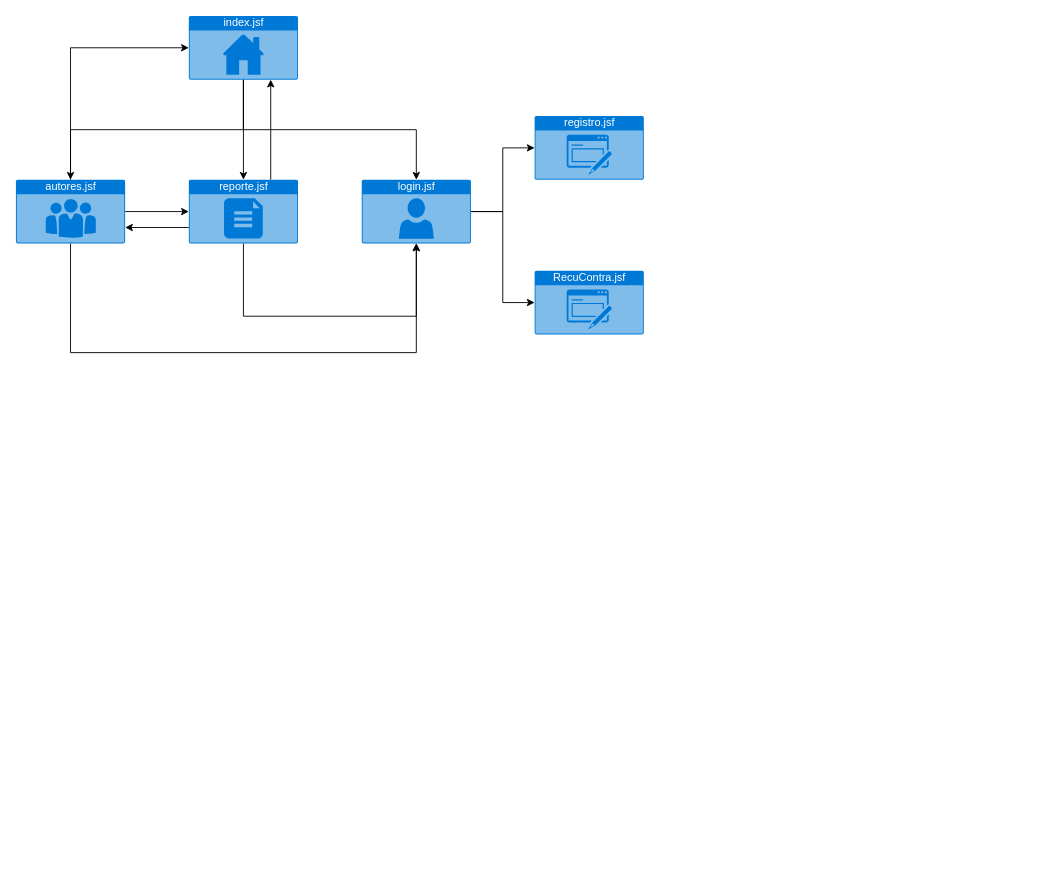
Before: documentacion/mapaNavegacion.drawio in nicasop/PROYECTO_INTEGRADOR_P58, a draw.io diagram. Source tidied: cells renumbered, new cells numbered last; positions are measured from the earlier drawing's top-left corner, leaving out a move shared by most shapes. Both pictures are drawn from the tidied source at 91%, with x=0, y=0 at pixel (15, 15).
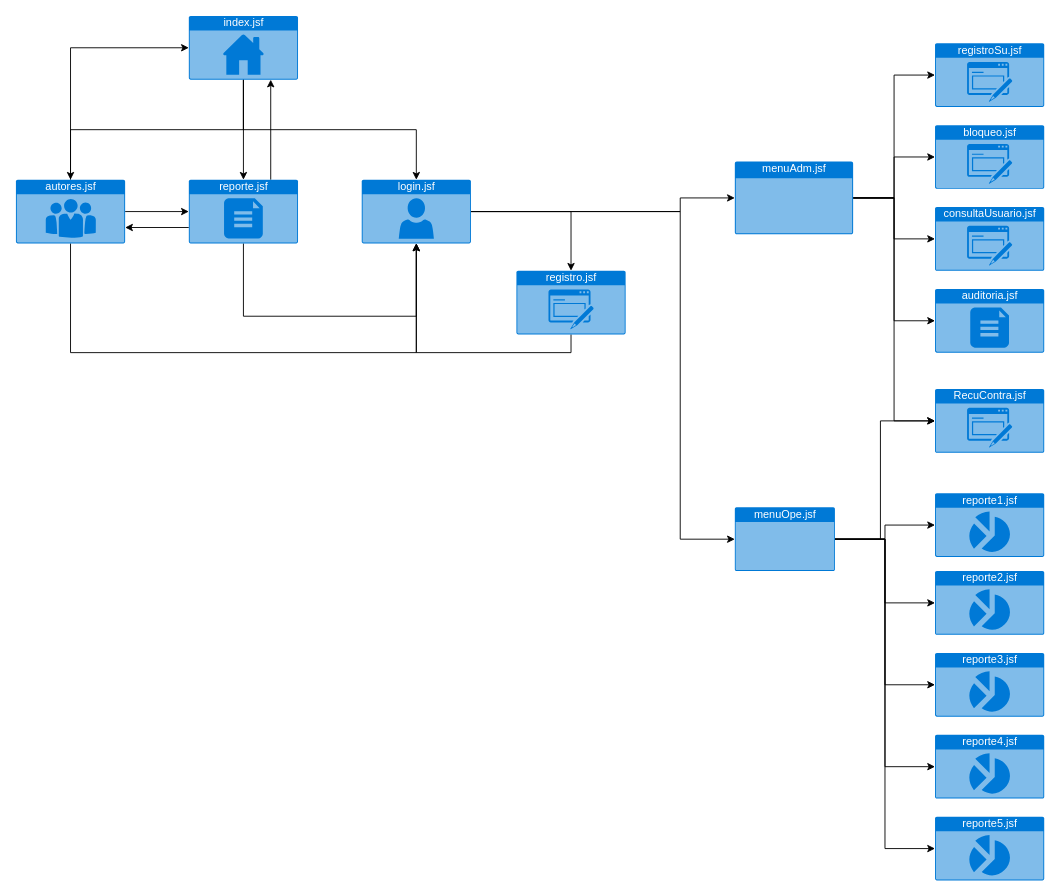
The same page after the edit.

Unchanged cells that the change refers to:
```xml
<mxCell id="8" value="login.jsf&lt;br&gt;" style="html=1;strokeColor=none;fillColor=#0079D6;labelPosition=center;verticalLabelPosition=middle;verticalAlign=top;align=center;fontSize=12;outlineConnect=0;spacingTop=-6;fontColor=#FFFFFF;shape=mxgraph.sitemap.profile;" parent="1" vertex="1">
  <mxGeometry x="380" y="180" width="120" height="70" as="geometry" />
</mxCell>
```

Diff of the diagram source:
```diff
@@
+    <mxCell id="19" style="edgeStyle=orthogonalEdgeStyle;rounded=0;jettySize=auto;html=1;exitX=1;exitY=0.5;exitDx=0;exitDy=0;exitPerimeter=0;" parent="1" edge="1" source="8" target="27">
+      <mxGeometry relative="1" as="geometry">
+        <Array as="points">
+          <mxPoint x="730" y="215" />
+          <mxPoint x="730" y="200" />
+        </Array>
+      </mxGeometry>
+    </mxCell>
+    <mxCell id="20" style="edgeStyle=orthogonalEdgeStyle;rounded=0;jettySize=auto;html=1;exitX=1;exitY=0.5;exitDx=0;exitDy=0;exitPerimeter=0;" parent="1" edge="1" source="8" target="34">
+      <mxGeometry relative="1" as="geometry">
+        <Array as="points">
+          <mxPoint x="730" y="215" />
+          <mxPoint x="730" y="575" />
+        </Array>
+      </mxGeometry>
+    </mxCell>
-    <mxCell id="6" style="edgeStyle=orthogonalEdgeStyle;rounded=0;jettySize=auto;html=1;entryX=0;entryY=0.5;entryDx=0;entryDy=0;entryPerimeter=0;" parent="1" edge="1" source="8" target="17">
+    <mxCell id="6" style="edgeStyle=orthogonalEdgeStyle;rounded=0;jettySize=auto;html=1;exitX=1;exitY=0.5;exitDx=0;exitDy=0;exitPerimeter=0;entryX=0.5;entryY=0;entryDx=0;entryDy=0;entryPerimeter=0;" parent="1" edge="1" source="8" target="17">
       <mxGeometry relative="1" as="geometry" />
     </mxCell>
-    <mxCell id="7" style="edgeStyle=orthogonalEdgeStyle;rounded=0;jettySize=auto;html=1;exitX=1;exitY=0.5;exitDx=0;exitDy=0;exitPerimeter=0;entryX=0;entryY=0.5;entryDx=0;entryDy=0;entryPerimeter=0;" parent="1" edge="1" source="8" target="18">
-      <mxGeometry relative="1" as="geometry" />
-    </mxCell>
@@
+    <mxCell id="21" style="edgeStyle=orthogonalEdgeStyle;rounded=0;jettySize=auto;html=1;exitX=0.5;exitY=1;exitDx=0;exitDy=0;exitPerimeter=0;entryX=0.5;entryY=1;entryDx=0;entryDy=0;entryPerimeter=0;" parent="1" edge="1" source="17" target="8">
+      <mxGeometry relative="1" as="geometry" />
+    </mxCell>
     <mxCell id="17" value="registro.jsf" style="html=1;strokeColor=none;fillColor=#0079D6;labelPosition=center;verticalLabelPosition=middle;verticalAlign=top;align=center;fontSize=12;outlineConnect=0;spacingTop=-6;fontColor=#FFFFFF;shape=mxgraph.sitemap.form;" parent="1" vertex="1">
-      <mxGeometry x="570" y="110" width="120" height="70" as="geometry" />
+      <mxGeometry x="550" y="280" width="120" height="70" as="geometry" />
     </mxCell>
-    <mxCell id="18" value="RecuContra.jsf" style="html=1;strokeColor=none;fillColor=#0079D6;labelPosition=center;verticalLabelPosition=middle;verticalAlign=top;align=center;fontSize=12;outlineConnect=0;spacingTop=-6;fontColor=#FFFFFF;shape=mxgraph.sitemap.form;" parent="1" vertex="1">
-      <mxGeometry x="570" y="280" width="120" height="70" as="geometry" />
+    <mxCell id="18" value="registroSu.jsf" style="html=1;strokeColor=none;fillColor=#0079D6;labelPosition=center;verticalLabelPosition=middle;verticalAlign=top;align=center;fontSize=12;outlineConnect=0;spacingTop=-6;fontColor=#FFFFFF;shape=mxgraph.sitemap.form;" parent="1" vertex="1">
+      <mxGeometry x="1010" y="30" width="120" height="70" as="geometry" />
     </mxCell>
+    <mxCell id="22" style="edgeStyle=orthogonalEdgeStyle;rounded=0;jettySize=auto;html=1;exitX=1;exitY=0.5;exitDx=0;exitDy=0;exitPerimeter=0;entryX=0;entryY=0.5;entryDx=0;entryDy=0;entryPerimeter=0;" parent="1" edge="1" source="27" target="18">
+      <mxGeometry relative="1" as="geometry" />
+    </mxCell>
+    <mxCell id="23" style="edgeStyle=orthogonalEdgeStyle;rounded=0;jettySize=auto;html=1;exitX=1;exitY=0.5;exitDx=0;exitDy=0;exitPerimeter=0;" parent="1" edge="1" source="27" target="36">
+      <mxGeometry relative="1" as="geometry" />
+    </mxCell>
+    <mxCell id="24" style="edgeStyle=orthogonalEdgeStyle;rounded=0;jettySize=auto;html=1;exitX=1;exitY=0.5;exitDx=0;exitDy=0;exitPerimeter=0;" parent="1" edge="1" source="27" target="37">
+      <mxGeometry relative="1" as="geometry" />
+    </mxCell>
+    <mxCell id="25" style="edgeStyle=orthogonalEdgeStyle;rounded=0;jettySize=auto;html=1;exitX=1;exitY=0.5;exitDx=0;exitDy=0;exitPerimeter=0;entryX=0;entryY=0.5;entryDx=0;entryDy=0;entryPerimeter=0;" parent="1" edge="1" source="27" target="38">
+      <mxGeometry relative="1" as="geometry" />
+    </mxCell>
+    <mxCell id="26" style="edgeStyle=orthogonalEdgeStyle;rounded=0;jettySize=auto;html=1;exitX=1;exitY=0.5;exitDx=0;exitDy=0;exitPerimeter=0;entryX=0;entryY=0.5;entryDx=0;entryDy=0;entryPerimeter=0;" parent="1" edge="1" source="27" target="35">
+      <mxGeometry relative="1" as="geometry" />
+    </mxCell>
+    <mxCell id="27" value="menuAdm.jsf" style="html=1;strokeColor=none;fillColor=#0079D6;labelPosition=center;verticalLabelPosition=middle;verticalAlign=top;align=center;fontSize=12;outlineConnect=0;spacingTop=-6;fontColor=#FFFFFF;shape=mxgraph.sitemap.page;" parent="1" vertex="1">
+      <mxGeometry x="790" y="160" width="130" height="80" as="geometry" />
+    </mxCell>
+    <mxCell id="28" style="edgeStyle=orthogonalEdgeStyle;rounded=0;jettySize=auto;html=1;exitX=1;exitY=0.5;exitDx=0;exitDy=0;exitPerimeter=0;entryX=0;entryY=0.5;entryDx=0;entryDy=0;entryPerimeter=0;" parent="1" edge="1" source="34" target="35">
+      <mxGeometry relative="1" as="geometry">
+        <Array as="points">
+          <mxPoint x="950" y="575" />
+          <mxPoint x="950" y="445" />
+        </Array>
+      </mxGeometry>
+    </mxCell>
+    <mxCell id="29" style="edgeStyle=orthogonalEdgeStyle;rounded=0;jettySize=auto;html=1;exitX=1;exitY=0.5;exitDx=0;exitDy=0;exitPerimeter=0;" parent="1" edge="1" source="34" target="39">
+      <mxGeometry relative="1" as="geometry" />
+    </mxCell>
+    <mxCell id="30" style="edgeStyle=orthogonalEdgeStyle;rounded=0;jettySize=auto;html=1;exitX=1;exitY=0.5;exitDx=0;exitDy=0;exitPerimeter=0;entryX=0;entryY=0.5;entryDx=0;entryDy=0;entryPerimeter=0;" parent="1" edge="1" source="34" target="40">
+      <mxGeometry relative="1" as="geometry" />
+    </mxCell>
+    <mxCell id="31" style="edgeStyle=orthogonalEdgeStyle;rounded=0;jettySize=auto;html=1;exitX=1;exitY=0.5;exitDx=0;exitDy=0;exitPerimeter=0;entryX=0;entryY=0.5;entryDx=0;entryDy=0;entryPerimeter=0;" parent="1" edge="1" source="34" target="41">
+      <mxGeometry relative="1" as="geometry" />
+    </mxCell>
+    <mxCell id="32" style="edgeStyle=orthogonalEdgeStyle;rounded=0;jettySize=auto;html=1;exitX=1;exitY=0.5;exitDx=0;exitDy=0;exitPerimeter=0;entryX=0;entryY=0.5;entryDx=0;entryDy=0;entryPerimeter=0;" parent="1" edge="1" source="34" target="42">
+      <mxGeometry relative="1" as="geometry" />
+    </mxCell>
+    <mxCell id="33" style="edgeStyle=orthogonalEdgeStyle;rounded=0;jettySize=auto;html=1;exitX=1;exitY=0.5;exitDx=0;exitDy=0;exitPerimeter=0;entryX=0;entryY=0.5;entryDx=0;entryDy=0;entryPerimeter=0;" parent="1" edge="1" source="34" target="43">
+      <mxGeometry relative="1" as="geometry" />
+    </mxCell>
+    <mxCell id="34" value="menuOpe.jsf" style="html=1;strokeColor=none;fillColor=#0079D6;labelPosition=center;verticalLabelPosition=middle;verticalAlign=top;align=center;fontSize=12;outlineConnect=0;spacingTop=-6;fontColor=#FFFFFF;shape=mxgraph.sitemap.page;" parent="1" vertex="1">
+      <mxGeometry x="790" y="540" width="110" height="70" as="geometry" />
+    </mxCell>
+    <mxCell id="35" value="RecuContra.jsf" style="html=1;strokeColor=none;fillColor=#0079D6;labelPosition=center;verticalLabelPosition=middle;verticalAlign=top;align=center;fontSize=12;outlineConnect=0;spacingTop=-6;fontColor=#FFFFFF;shape=mxgraph.sitemap.form;" parent="1" vertex="1">
+      <mxGeometry x="1010" y="410" width="120" height="70" as="geometry" />
+    </mxCell>
+    <mxCell id="36" value="bloqueo.jsf" style="html=1;strokeColor=none;fillColor=#0079D6;labelPosition=center;verticalLabelPosition=middle;verticalAlign=top;align=center;fontSize=12;outlineConnect=0;spacingTop=-6;fontColor=#FFFFFF;shape=mxgraph.sitemap.form;" parent="1" vertex="1">
+      <mxGeometry x="1010" y="120" width="120" height="70" as="geometry" />
+    </mxCell>
+    <mxCell id="37" value="consultaUsuario.jsf" style="html=1;strokeColor=none;fillColor=#0079D6;labelPosition=center;verticalLabelPosition=middle;verticalAlign=top;align=center;fontSize=12;outlineConnect=0;spacingTop=-6;fontColor=#FFFFFF;shape=mxgraph.sitemap.form;" parent="1" vertex="1">
+      <mxGeometry x="1010" y="210" width="120" height="70" as="geometry" />
+    </mxCell>
+    <mxCell id="38" value="auditoria.jsf" style="html=1;strokeColor=none;fillColor=#0079D6;labelPosition=center;verticalLabelPosition=middle;verticalAlign=top;align=center;fontSize=12;outlineConnect=0;spacingTop=-6;fontColor=#FFFFFF;shape=mxgraph.sitemap.document;" parent="1" vertex="1">
+      <mxGeometry x="1010" y="300" width="120" height="70" as="geometry" />
+    </mxCell>
+    <mxCell id="39" value="reporte1.jsf" style="html=1;strokeColor=none;fillColor=#0079D6;labelPosition=center;verticalLabelPosition=middle;verticalAlign=top;align=center;fontSize=12;outlineConnect=0;spacingTop=-6;fontColor=#FFFFFF;shape=mxgraph.sitemap.chart;" parent="1" vertex="1">
+      <mxGeometry x="1010" y="524.5" width="120" height="70" as="geometry" />
+    </mxCell>
+    <mxCell id="40" value="reporte2.jsf" style="html=1;strokeColor=none;fillColor=#0079D6;labelPosition=center;verticalLabelPosition=middle;verticalAlign=top;align=center;fontSize=12;outlineConnect=0;spacingTop=-6;fontColor=#FFFFFF;shape=mxgraph.sitemap.chart;" parent="1" vertex="1">
+      <mxGeometry x="1010" y="610" width="120" height="70" as="geometry" />
+    </mxCell>
+    <mxCell id="41" value="reporte3.jsf" style="html=1;strokeColor=none;fillColor=#0079D6;labelPosition=center;verticalLabelPosition=middle;verticalAlign=top;align=center;fontSize=12;outlineConnect=0;spacingTop=-6;fontColor=#FFFFFF;shape=mxgraph.sitemap.chart;" parent="1" vertex="1">
+      <mxGeometry x="1010" y="700" width="120" height="70" as="geometry" />
+    </mxCell>
+    <mxCell id="42" value="reporte4.jsf" style="html=1;strokeColor=none;fillColor=#0079D6;labelPosition=center;verticalLabelPosition=middle;verticalAlign=top;align=center;fontSize=12;outlineConnect=0;spacingTop=-6;fontColor=#FFFFFF;shape=mxgraph.sitemap.chart;" parent="1" vertex="1">
+      <mxGeometry x="1010" y="790" width="120" height="70" as="geometry" />
+    </mxCell>
+    <mxCell id="43" value="reporte5.jsf" style="html=1;strokeColor=none;fillColor=#0079D6;labelPosition=center;verticalLabelPosition=middle;verticalAlign=top;align=center;fontSize=12;outlineConnect=0;spacingTop=-6;fontColor=#FFFFFF;shape=mxgraph.sitemap.chart;" parent="1" vertex="1">
+      <mxGeometry x="1010" y="880" width="120" height="70" as="geometry" />
+    </mxCell>
```
